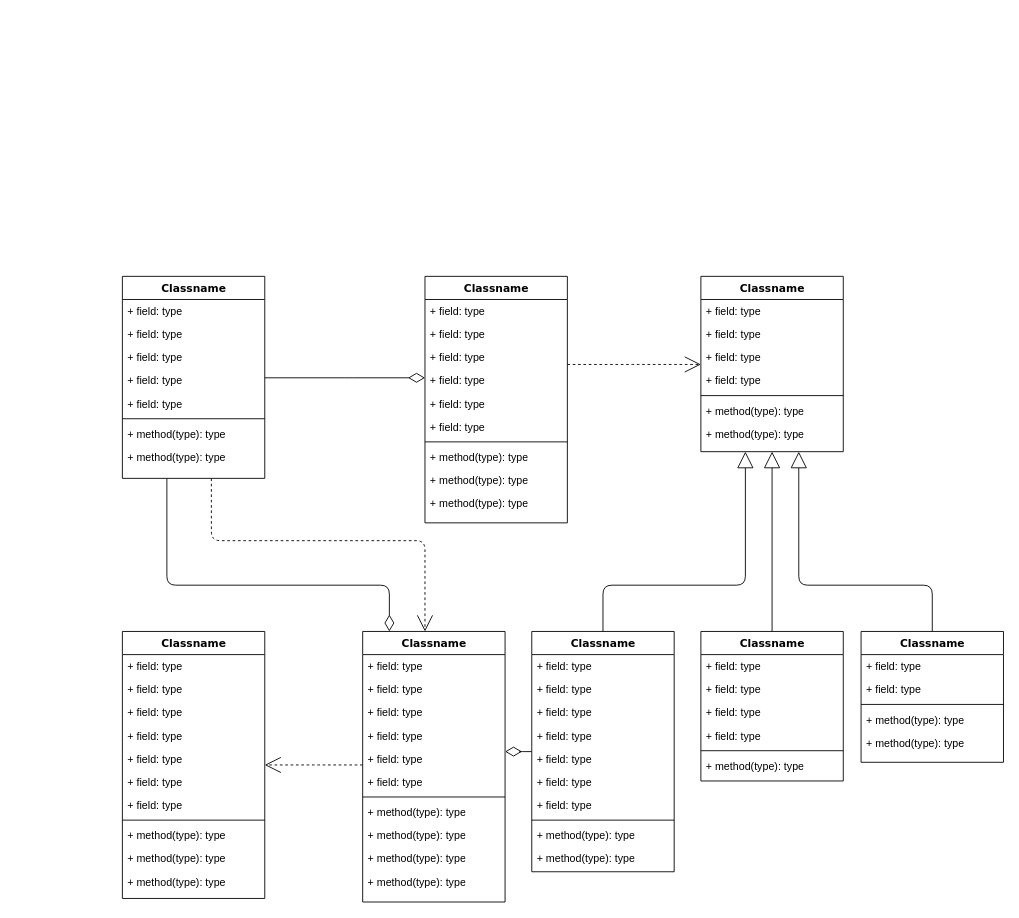
Before: Диаграмма без названия.drawio in IlyaKalosha/hl7conv, a draw.io diagram. Source tidied: cells renumbered, new cells numbered last; positions are measured from the earlier drawing's top-left corner, leaving out a move shared by most shapes. Both pictures are drawn from the tidied source at 89%, with x=0, y=0 at pixel (122, 276).
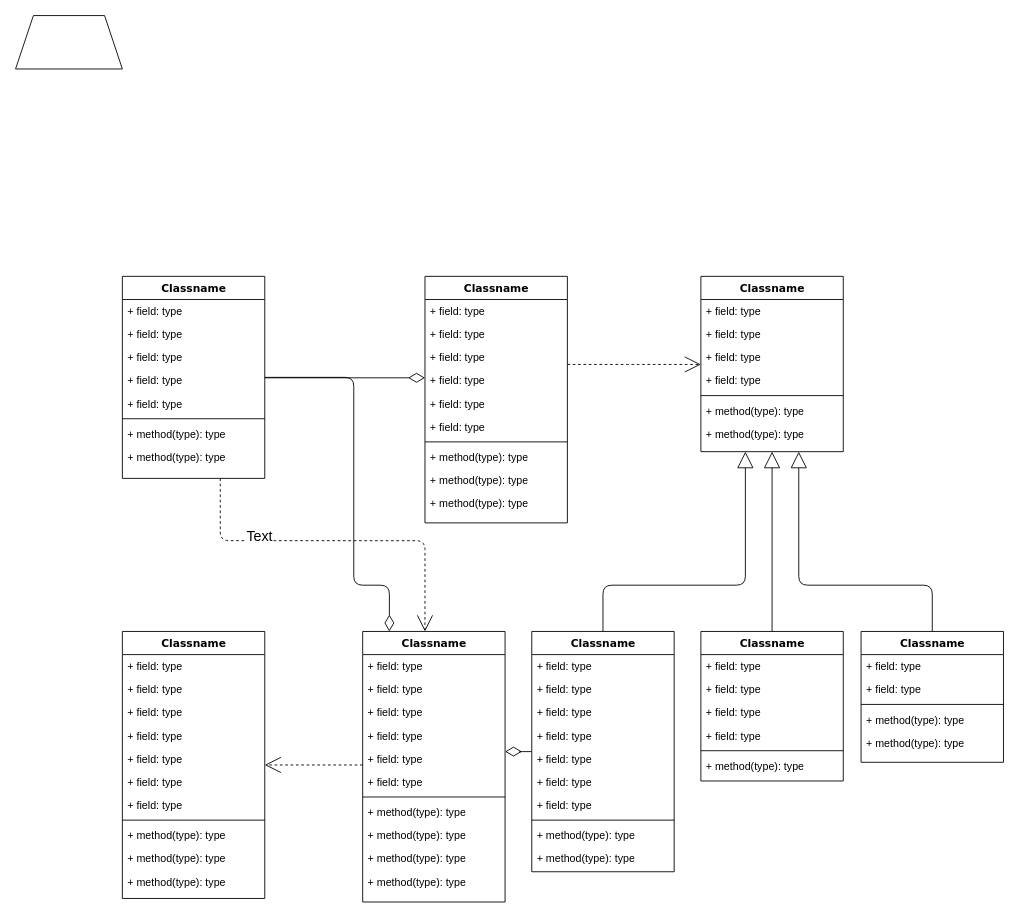
The same page after the edit.

Commit message:
Library diagrams

Unchanged cells that the change refers to:
```xml
<mxCell id="4" value="Classname" style="swimlane;html=1;fontStyle=1;align=center;verticalAlign=top;horizontal=1;startSize=26;swimlaneFillColor=#ffffff;rounded=0;shadow=0;comic=0;labelBackgroundColor=none;strokeWidth=1;fillColor=none;fontFamily=Verdana;fontSize=12;" parent="1" vertex="1">
  <mxGeometry width="160" height="227" as="geometry" />
</mxCell>
<mxCell id="47" value="Classname" style="swimlane;html=1;fontStyle=1;align=center;verticalAlign=top;horizontal=1;startSize=26;swimlaneFillColor=#ffffff;rounded=0;shadow=0;comic=0;labelBackgroundColor=none;strokeWidth=1;fillColor=none;fontFamily=Verdana;fontSize=12;" parent="1" vertex="1">
  <mxGeometry x="270" y="399" width="160" height="304" as="geometry" />
</mxCell>
```

What changed in the source:
```diff
@@
     <mxCell id="2" style="edgeStyle=orthogonalEdgeStyle;html=1;labelBackgroundColor=none;startFill=0;startSize=8;endArrow=open;endFill=0;endSize=16;fontFamily=Verdana;fontSize=12;dashed=1;" parent="1" edge="1" source="4" target="47">
       <mxGeometry relative="1" as="geometry">
         <Array as="points">
-          <mxPoint x="100" y="297" />
+          <mxPoint x="110" y="297" />
           <mxPoint x="340" y="297" />
         </Array>
       </mxGeometry>
     </mxCell>
+    <mxCell id="87" value="Text" style="edgeLabel;html=1;align=center;verticalAlign=middle;fontSize=16;" parent="2" vertex="1">
+      <mxGeometry x="-0.44" y="6" relative="1" as="geometry" />
+    </mxCell>
     <mxCell id="3" style="edgeStyle=orthogonalEdgeStyle;html=1;labelBackgroundColor=none;startFill=0;startSize=8;endArrow=diamondThin;endFill=0;endSize=16;fontFamily=Verdana;fontSize=12;" parent="1" edge="1" source="4" target="47">
       <mxGeometry relative="1" as="geometry">
         <Array as="points">
-          <mxPoint x="50" y="347" />
+          <mxPoint x="260" y="114" />
+          <mxPoint x="260" y="347" />
           <mxPoint x="300" y="347" />
         </Array>
       </mxGeometry>
     </mxCell>
@@
+    <mxCell id="88" style="shape=trapezoid;perimeter=trapezoidPerimeter;whiteSpace=wrap;html=1;fixedSize=1;fontSize=16;" parent="1" vertex="1">
+      <mxGeometry x="-120" y="-293" width="120" height="60" as="geometry" />
+    </mxCell>
```
